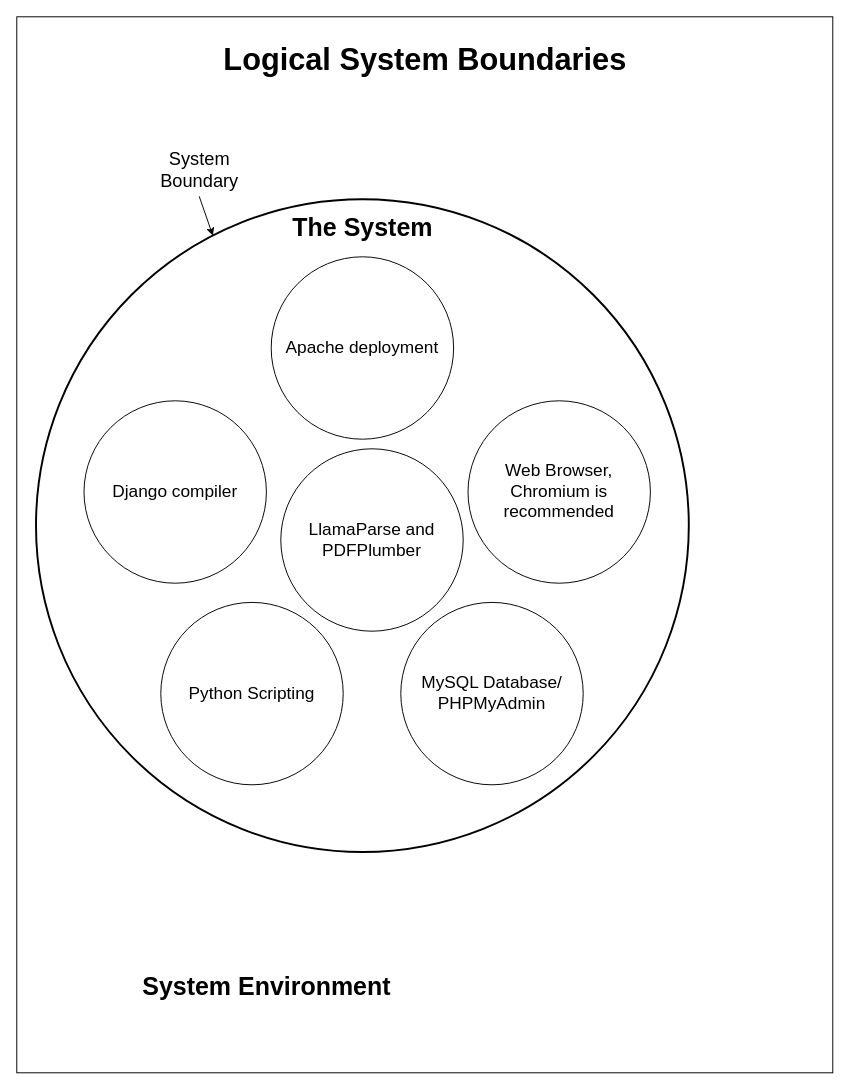
The draw.io diagram Diagrams/LogicalSystemBoundariesDiagram.drawio in RyanRutledge112/CS496-Advising-Website, before the edit. Source tidied: cells renumbered, new cells numbered last; positions are measured from the earlier drawing's top-left corner, leaving out a move shared by most shapes. Both pictures are drawn from the tidied source at 96%, with x=0, y=0 at pixel (16, 16).
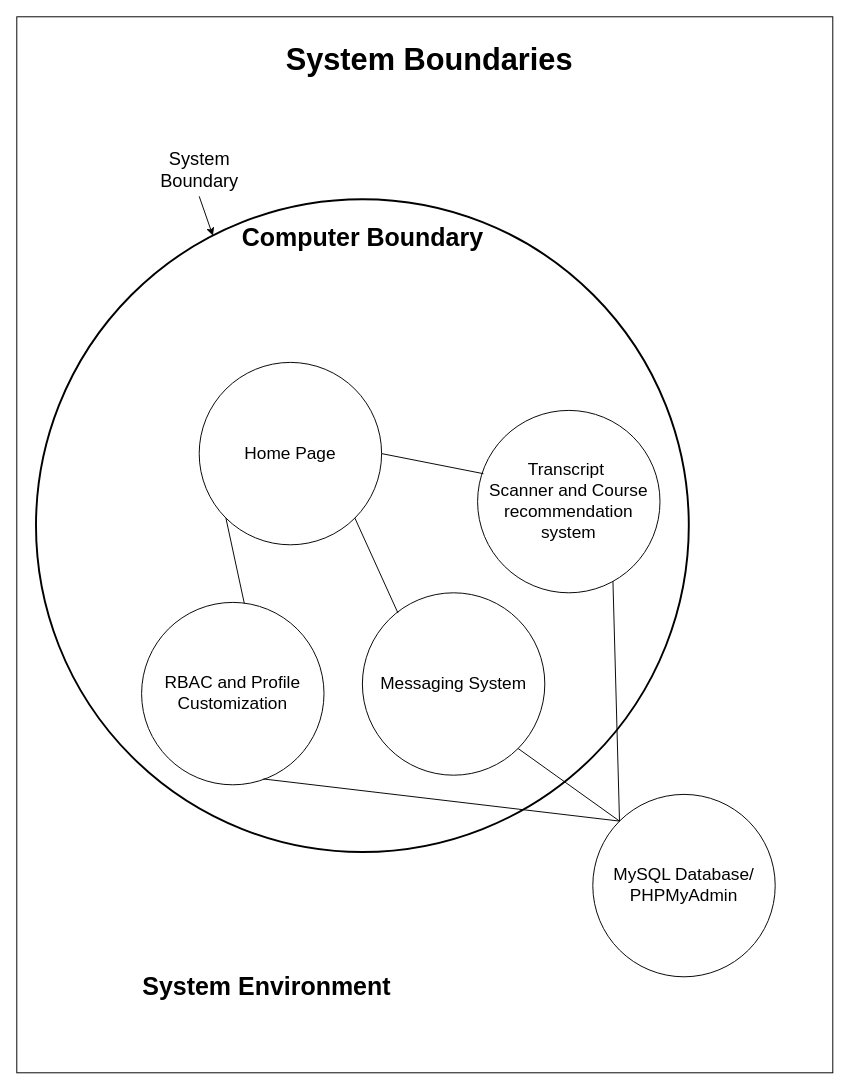
The same page after the edit.

Commit message (it also covers changes not shown here):
Added logical system boundaries

What changed in the source:
```diff
@@
 <mxGraphModel>
   <root>
     <mxCell id="0" />
     <mxCell id="1" parent="0" />
     <mxCell id="2" style="rounded=0;whiteSpace=wrap;html=1;" parent="1" vertex="1">
       <mxGeometry width="850" height="1100" as="geometry" />
     </mxCell>
     <mxCell id="3" style="ellipse;whiteSpace=wrap;html=1;strokeWidth=2;" parent="1" vertex="1">
       <mxGeometry x="20" y="190" width="680" height="680" as="geometry" />
     </mxCell>
     <mxCell id="4" value="&lt;font style=&quot;font-size: 19px;&quot;&gt;System&lt;/font&gt;&lt;div style=&quot;font-size: 19px;&quot;&gt;&lt;font style=&quot;font-size: 19px;&quot;&gt;Boundary&lt;/font&gt;&lt;/div&gt;" style="text;html=1;align=center;verticalAlign=middle;points=[];strokeColor=none;fillColor=none;" parent="1" vertex="1">
       <mxGeometry x="140" y="130" width="100" height="60" as="geometry" />
     </mxCell>
     <mxCell id="5" style="endArrow=none;html=1;rounded=0;entryX=0.5;entryY=0.95;entryDx=0;entryDy=0;entryPerimeter=0;exitX=0.271;exitY=0.056;exitDx=0;exitDy=0;exitPerimeter=0;endFill=0;startArrow=classic;startFill=1;" parent="1" edge="1" source="3" target="4">
       <mxGeometry relative="1" as="geometry" />
     </mxCell>
     <mxCell id="6" value="&lt;font size=&quot;1&quot; style=&quot;&quot;&gt;&lt;b style=&quot;font-size: 26px;&quot;&gt;System Environment&lt;/b&gt;&lt;/font&gt;" style="text;html=1;align=center;verticalAlign=middle;strokeColor=none;fillColor=none;" parent="1" vertex="1">
       <mxGeometry x="120" y="990" width="280" height="40" as="geometry" />
     </mxCell>
-    <mxCell id="7" value="&lt;font size=&quot;1&quot; style=&quot;&quot;&gt;&lt;b style=&quot;font-size: 26px;&quot;&gt;The System&lt;/b&gt;&lt;/font&gt;" style="text;html=1;align=center;verticalAlign=middle;strokeColor=none;fillColor=none;" parent="1" vertex="1">
-      <mxGeometry x="275" y="200" width="170" height="40" as="geometry" />
+    <mxCell id="7" value="&lt;font size=&quot;1&quot; style=&quot;&quot;&gt;&lt;b style=&quot;font-size: 26px;&quot;&gt;Computer Boundary&lt;/b&gt;&lt;/font&gt;" style="text;html=1;align=center;verticalAlign=middle;strokeColor=none;fillColor=none;" parent="1" vertex="1">
+      <mxGeometry x="225" y="210" width="270" height="40" as="geometry" />
     </mxCell>
     <mxCell id="8" value="&lt;font style=&quot;font-size: 18px;&quot;&gt;MySQL Database/ PHPMyAdmin&lt;/font&gt;" style="ellipse;whiteSpace=wrap;html=1;" parent="1" vertex="1">
-      <mxGeometry x="400" y="610" width="190" height="190" as="geometry" />
+      <mxGeometry x="600" y="810" width="190" height="190" as="geometry" />
     </mxCell>
-    <mxCell id="9" value="&lt;font style=&quot;font-size: 18px;&quot;&gt;Apache deployment&lt;/font&gt;" style="ellipse;whiteSpace=wrap;html=1;" parent="1" vertex="1">
-      <mxGeometry x="265" y="250" width="190" height="190" as="geometry" />
-    </mxCell>
-    <mxCell id="10" value="&lt;font style=&quot;font-size: 18px;&quot;&gt;Python Scripting&lt;/font&gt;" style="ellipse;whiteSpace=wrap;html=1;" parent="1" vertex="1">
-      <mxGeometry x="150" y="610" width="190" height="190" as="geometry" />
+    <mxCell id="10" value="&lt;font style=&quot;font-size: 18px;&quot;&gt;RBAC and Profile Customization&lt;/font&gt;" style="ellipse;whiteSpace=wrap;html=1;" parent="1" vertex="1">
+      <mxGeometry x="130" y="610" width="190" height="190" as="geometry" />
     </mxCell>
-    <mxCell id="11" value="&lt;span style=&quot;font-size: 18px;&quot;&gt;Django compiler&lt;/span&gt;" style="ellipse;whiteSpace=wrap;html=1;" parent="1" vertex="1">
-      <mxGeometry x="70" y="400" width="190" height="190" as="geometry" />
+    <mxCell id="11" value="&lt;span style=&quot;font-size: 18px;&quot;&gt;Messaging System&lt;/span&gt;" style="ellipse;whiteSpace=wrap;html=1;" parent="1" vertex="1">
+      <mxGeometry x="360" y="600" width="190" height="190" as="geometry" />
     </mxCell>
-    <mxCell id="12" value="&lt;font style=&quot;font-size: 32px;&quot;&gt;&lt;b&gt;Logical System Boundaries&lt;/b&gt;&lt;/font&gt;" style="text;html=1;align=center;verticalAlign=middle;strokeColor=none;fillColor=none;" parent="1" vertex="1">
-      <mxGeometry x="205" y="20" width="440" height="50" as="geometry" />
+    <mxCell id="12" value="&lt;font style=&quot;font-size: 32px;&quot;&gt;&lt;b&gt;&amp;nbsp;System Boundaries&lt;/b&gt;&lt;/font&gt;" style="text;html=1;align=center;verticalAlign=middle;strokeColor=none;fillColor=none;" parent="1" vertex="1">
+      <mxGeometry x="260" y="20" width="330" height="50" as="geometry" />
     </mxCell>
-    <mxCell id="13" value="&lt;font style=&quot;font-size: 18px;&quot;&gt;Web Browser, Chromium is recommended&lt;/font&gt;" style="ellipse;whiteSpace=wrap;html=1;" parent="1" vertex="1">
-      <mxGeometry x="470" y="400" width="190" height="190" as="geometry" />
-    </mxCell>
-    <mxCell id="14" value="&lt;font style=&quot;font-size: 18px;&quot;&gt;LlamaParse and PDFPlumber&lt;/font&gt;" style="ellipse;whiteSpace=wrap;html=1;" parent="1" vertex="1">
-      <mxGeometry x="275" y="450" width="190" height="190" as="geometry" />
+    <mxCell id="14" value="&lt;span style=&quot;font-size: 18px;&quot;&gt;Transcript&amp;nbsp;&lt;/span&gt;&lt;div&gt;&lt;span style=&quot;font-size: 18px;&quot;&gt;Scanner and Course recommendation system&lt;/span&gt;&lt;/div&gt;" style="ellipse;whiteSpace=wrap;html=1;" parent="1" vertex="1">
+      <mxGeometry x="480" y="410" width="190" height="190" as="geometry" />
     </mxCell>
+    <mxCell id="15" value="&lt;span style=&quot;font-size: 18px;&quot;&gt;Home Page&lt;/span&gt;" style="ellipse;whiteSpace=wrap;html=1;" parent="1" vertex="1">
+      <mxGeometry x="190" y="360" width="190" height="190" as="geometry" />
+    </mxCell>
+    <mxCell id="16" style="rounded=0;jettySize=auto;html=1;exitX=1;exitY=0.5;exitDx=0;exitDy=0;entryX=0.032;entryY=0.347;entryDx=0;entryDy=0;entryPerimeter=0;endArrow=none;startFill=0;" parent="1" edge="1" source="15" target="14">
+      <mxGeometry relative="1" as="geometry" />
+    </mxCell>
+    <mxCell id="17" style="rounded=0;jettySize=auto;html=1;exitX=1;exitY=1;exitDx=0;exitDy=0;entryX=0.195;entryY=0.111;entryDx=0;entryDy=0;entryPerimeter=0;endArrow=none;startFill=0;" parent="1" edge="1" source="15" target="11">
+      <mxGeometry relative="1" as="geometry" />
+    </mxCell>
+    <mxCell id="18" style="rounded=0;jettySize=auto;html=1;exitX=0;exitY=1;exitDx=0;exitDy=0;entryX=0.563;entryY=0.005;entryDx=0;entryDy=0;entryPerimeter=0;endArrow=none;startFill=0;" parent="1" edge="1" source="15" target="10">
+      <mxGeometry relative="1" as="geometry" />
+    </mxCell>
+    <mxCell id="19" style="rounded=0;jettySize=auto;html=1;exitX=1;exitY=1;exitDx=0;exitDy=0;entryX=0;entryY=0;entryDx=0;entryDy=0;endArrow=none;startFill=0;" parent="1" edge="1" source="11" target="8">
+      <mxGeometry relative="1" as="geometry" />
+    </mxCell>
+    <mxCell id="20" style="rounded=0;jettySize=auto;html=1;exitX=0.742;exitY=0.937;exitDx=0;exitDy=0;entryX=0;entryY=0;entryDx=0;entryDy=0;endArrow=none;startFill=0;exitPerimeter=0;" parent="1" edge="1" source="14" target="8">
+      <mxGeometry relative="1" as="geometry" />
+    </mxCell>
+    <mxCell id="21" style="rounded=0;jettySize=auto;html=1;exitX=0.668;exitY=0.968;exitDx=0;exitDy=0;entryX=0;entryY=0;entryDx=0;entryDy=0;endArrow=none;startFill=0;exitPerimeter=0;" parent="1" edge="1" source="10" target="8">
+      <mxGeometry relative="1" as="geometry" />
+    </mxCell>
   </root>
 </mxGraphModel>
```
